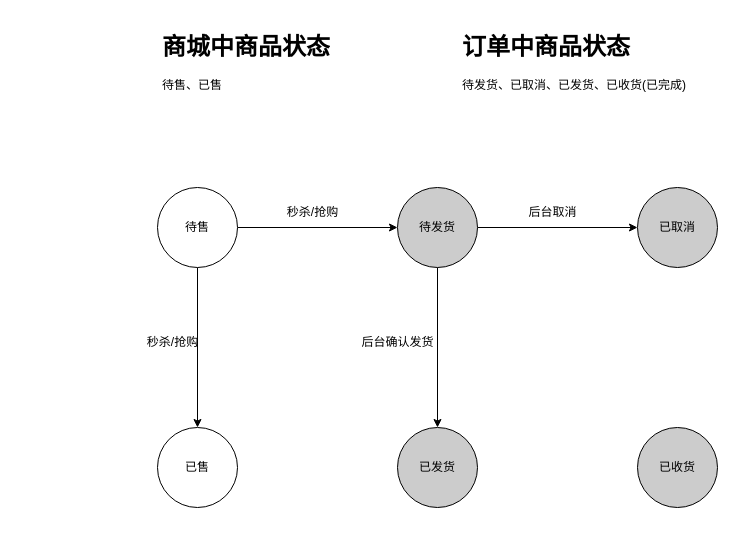
Above: design.drawio in huning-tech/draw-io (draw.io), before the change. Source tidied: cells renumbered, new cells numbered last; positions are measured from the earlier drawing's top-left corner, leaving out a move shared by most shapes. Both pictures are drawn from the tidied source at 100%, with x=0, y=0 at pixel (137, 27).
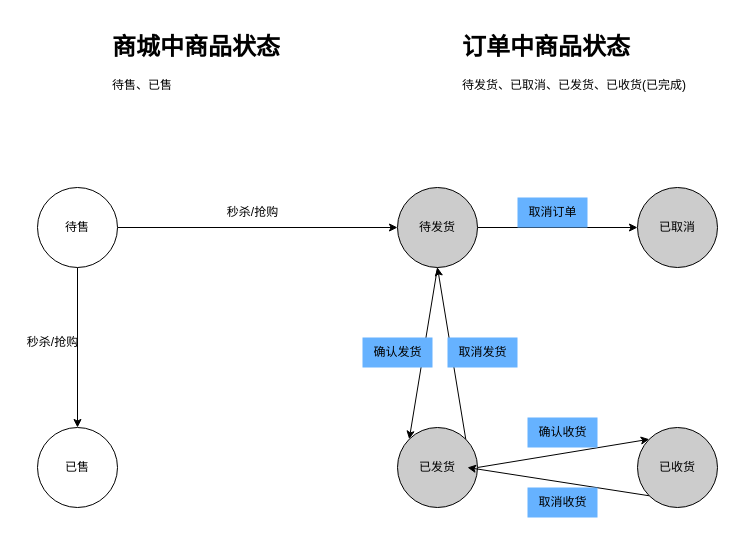
Above is the later version.

The change refers to these unchanged cells:
```xml
<mxCell id="5" value="待发货" style="ellipse;whiteSpace=wrap;html=1;fillColor=#CCCCCC;" parent="1" vertex="1">
  <mxGeometry x="260" y="160" width="80" height="80" as="geometry" />
</mxCell>
<mxCell id="7" value="已发货" style="ellipse;whiteSpace=wrap;html=1;fillColor=#CCCCCC;" parent="1" vertex="1">
  <mxGeometry x="260" y="400" width="80" height="80" as="geometry" />
</mxCell>
<mxCell id="8" value="已收货" style="ellipse;whiteSpace=wrap;html=1;fillColor=#CCCCCC;" parent="1" vertex="1">
  <mxGeometry x="500" y="400" width="80" height="80" as="geometry" />
</mxCell>
```

Diff of the diagram source:
```diff
@@
-    <mxCell id="4" style="edgeStyle=none;rounded=0;jettySize=auto;html=1;exitX=0.5;exitY=1;exitDx=0;exitDy=0;entryX=0.5;entryY=0;entryDx=0;entryDy=0;" parent="1" edge="1" source="5" target="7">
+    <mxCell id="4" style="rounded=0;jettySize=auto;html=1;exitX=0.5;exitY=1;exitDx=0;exitDy=0;entryX=0;entryY=0;entryDx=0;entryDy=0;" parent="1" edge="1" source="5" target="7">
       <mxGeometry relative="1" as="geometry" />
     </mxCell>
@@
+    <mxCell id="18" style="edgeStyle=none;rounded=0;jettySize=auto;html=1;exitX=1;exitY=0;exitDx=0;exitDy=0;entryX=0.5;entryY=1;entryDx=0;entryDy=0;" parent="1" edge="1" source="7" target="5">
+      <mxGeometry relative="1" as="geometry" />
+    </mxCell>
+    <mxCell id="19" style="edgeStyle=none;rounded=0;jettySize=auto;html=1;exitX=1;exitY=0.5;exitDx=0;exitDy=0;entryX=0;entryY=0;entryDx=0;entryDy=0;" parent="1" edge="1" source="7" target="8">
+      <mxGeometry relative="1" as="geometry" />
+    </mxCell>
@@
+    <mxCell id="20" style="edgeStyle=none;rounded=0;jettySize=auto;html=1;exitX=0;exitY=1;exitDx=0;exitDy=0;entryX=0.875;entryY=0.5;entryDx=0;entryDy=0;entryPerimeter=0;" parent="1" edge="1" source="8" target="7">
+      <mxGeometry relative="1" as="geometry" />
+    </mxCell>
@@
     <mxCell id="11" value="待售" style="ellipse;whiteSpace=wrap;html=1;fillColor=#FFFFFF;" parent="1" vertex="1">
-      <mxGeometry x="20" y="160" width="80" height="80" as="geometry" />
+      <mxGeometry x="-100" y="160" width="80" height="80" as="geometry" />
     </mxCell>
     <mxCell id="12" value="秒杀/抢购" style="text;html=1;align=center;verticalAlign=middle;strokeColor=none;fillColor=none;" parent="1" vertex="1">
-      <mxGeometry x="140" y="170" width="70" height="30" as="geometry" />
+      <mxGeometry x="80" y="170" width="70" height="30" as="geometry" />
     </mxCell>
     <mxCell id="13" value="&lt;h1&gt;商城中商品状态&lt;/h1&gt;&lt;p&gt;&lt;span style=&quot;text-align: center;&quot;&gt;待售、已售&lt;/span&gt;&lt;/p&gt;" style="text;html=1;strokeColor=none;fillColor=none;spacing=5;spacingTop=-20;whiteSpace=wrap;overflow=hidden;rounded=0;" parent="1" vertex="1">
-      <mxGeometry x="20" width="180" height="80" as="geometry" />
+      <mxGeometry x="-30" width="180" height="80" as="geometry" />
     </mxCell>
     <mxCell id="14" value="已售" style="ellipse;whiteSpace=wrap;html=1;fillColor=#FFFFFF;" parent="1" vertex="1">
-      <mxGeometry x="20" y="400" width="80" height="80" as="geometry" />
+      <mxGeometry x="-100" y="400" width="80" height="80" as="geometry" />
     </mxCell>
     <mxCell id="15" value="秒杀/抢购" style="text;html=1;align=center;verticalAlign=middle;strokeColor=none;fillColor=none;" parent="1" vertex="1">
-      <mxGeometry y="300" width="70" height="30" as="geometry" />
+      <mxGeometry x="-120" y="300" width="70" height="30" as="geometry" />
     </mxCell>
-    <mxCell id="16" value="后台取消" style="text;html=1;align=center;verticalAlign=middle;strokeColor=none;fillColor=none;" parent="1" vertex="1">
+    <mxCell id="16" value="取消订单" style="text;html=1;align=center;verticalAlign=middle;strokeColor=none;fillColor=#66B2FF;" parent="1" vertex="1">
       <mxGeometry x="380" y="170" width="70" height="30" as="geometry" />
     </mxCell>
-    <mxCell id="17" value="后台确认发货" style="text;html=1;align=center;verticalAlign=middle;strokeColor=none;fillColor=none;" parent="1" vertex="1">
-      <mxGeometry x="210" y="300" width="100" height="30" as="geometry" />
+    <mxCell id="17" value="确认发货" style="text;html=1;align=center;verticalAlign=middle;strokeColor=none;fillColor=#66B2FF;" parent="1" vertex="1">
+      <mxGeometry x="225" y="310" width="70" height="30" as="geometry" />
     </mxCell>
+    <mxCell id="21" value="取消发货" style="text;html=1;align=center;verticalAlign=middle;strokeColor=none;fillColor=#66B2FF;" parent="1" vertex="1">
+      <mxGeometry x="310" y="310" width="70" height="30" as="geometry" />
+    </mxCell>
+    <mxCell id="22" value="确认收货" style="text;html=1;align=center;verticalAlign=middle;strokeColor=none;fillColor=#66B2FF;" parent="1" vertex="1">
+      <mxGeometry x="390" y="390" width="70" height="30" as="geometry" />
+    </mxCell>
+    <mxCell id="23" value="取消收货" style="text;html=1;align=center;verticalAlign=middle;strokeColor=none;fillColor=#66B2FF;" parent="1" vertex="1">
+      <mxGeometry x="390" y="460" width="70" height="30" as="geometry" />
+    </mxCell>
```
